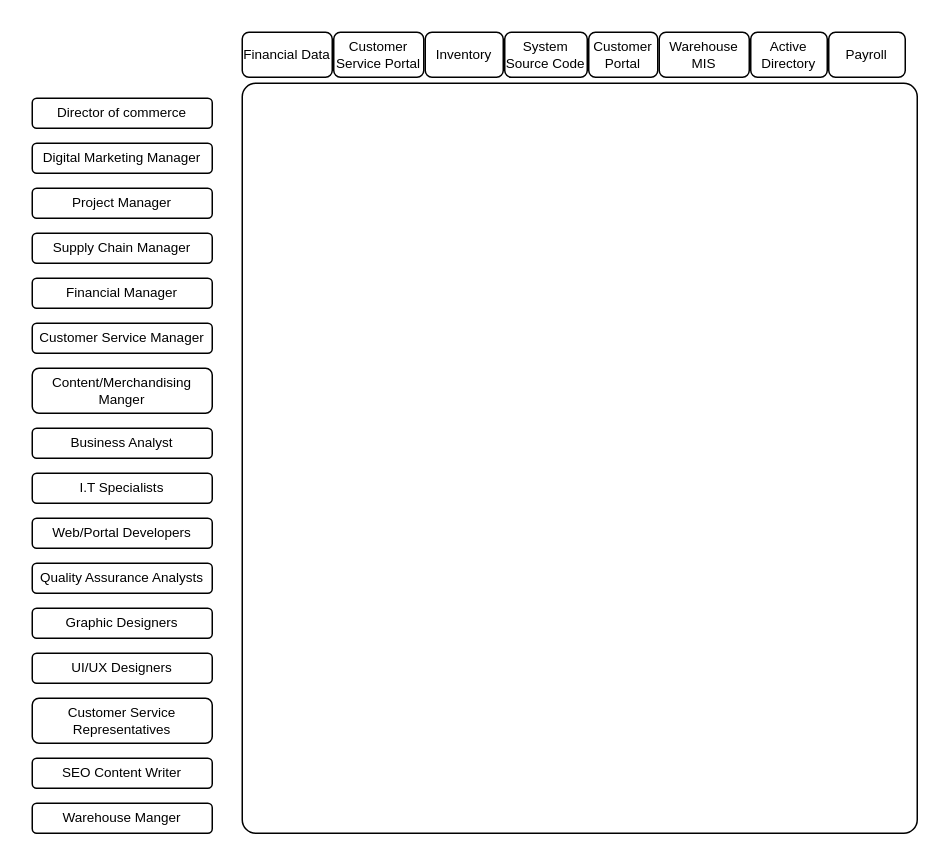
The draw.io diagram src/Untitled Diagram.drawio in timomwa/cmp, before the edit. Source tidied: cells renumbered, new cells numbered last; positions are measured from the earlier drawing's top-left corner, leaving out a move shared by most shapes. Both pictures are drawn from the tidied source at 150%, with x=0, y=0 at pixel (32, 32).
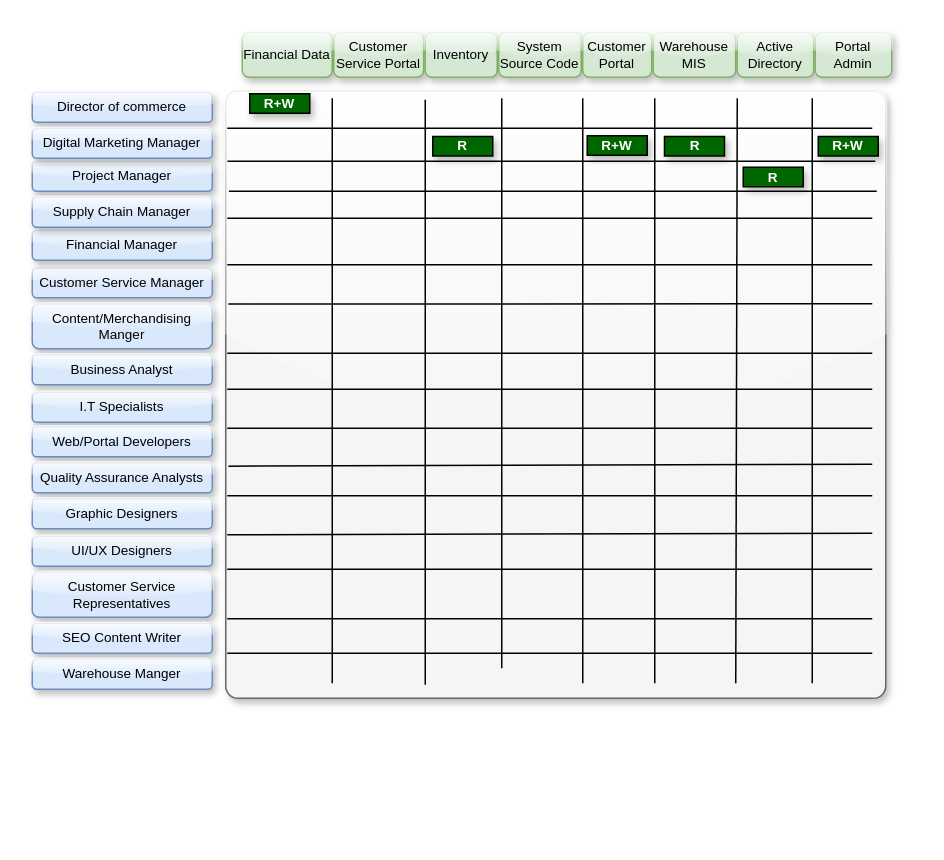
After the change.

Commit message (it also covers changes not shown here):
RBAC Knights Greens.drawio

Change to the diagram source:
```diff
@@
-    <mxCell id="2" value="Director of commerce" style="rounded=1;whiteSpace=wrap;html=1;fontSize=9;" parent="1" vertex="1">
-      <mxGeometry y="44" width="120" height="20" as="geometry" />
-    </mxCell>
-    <mxCell id="3" value="Digital Marketing Manager" style="rounded=1;whiteSpace=wrap;html=1;fontSize=9;" parent="1" vertex="1">
-      <mxGeometry y="74" width="120" height="20" as="geometry" />
-    </mxCell>
-    <mxCell id="4" value="Project Manager" style="rounded=1;whiteSpace=wrap;html=1;fontSize=9;" parent="1" vertex="1">
-      <mxGeometry y="104" width="120" height="20" as="geometry" />
-    </mxCell>
-    <mxCell id="5" value="Supply Chain Manager" style="rounded=1;whiteSpace=wrap;html=1;fontSize=9;" parent="1" vertex="1">
-      <mxGeometry y="134" width="120" height="20" as="geometry" />
-    </mxCell>
-    <mxCell id="6" value="Customer Service Manager" style="rounded=1;whiteSpace=wrap;html=1;fontSize=9;" parent="1" vertex="1">
-      <mxGeometry y="194" width="120" height="20" as="geometry" />
+    <mxCell id="6" value="Customer Service Manager" style="rounded=1;whiteSpace=wrap;html=1;fontSize=9;fillColor=#dae8fc;strokeColor=#6c8ebf;glass=1;shadow=1;" parent="1" vertex="1">
+      <mxGeometry y="157" width="120" height="20" as="geometry" />
     </mxCell>
-    <mxCell id="7" value="Financial Manager" style="rounded=1;whiteSpace=wrap;html=1;fontSize=9;" parent="1" vertex="1">
-      <mxGeometry y="164" width="120" height="20" as="geometry" />
+    <mxCell id="7" value="Financial Manager" style="rounded=1;whiteSpace=wrap;html=1;fontSize=9;glass=1;shadow=1;fillColor=#dae8fc;strokeColor=#6c8ebf;" parent="1" vertex="1">
+      <mxGeometry y="132" width="120" height="20" as="geometry" />
     </mxCell>
-    <mxCell id="8" value="Content/Merchandising Manger" style="rounded=1;whiteSpace=wrap;html=1;fontSize=9;" parent="1" vertex="1">
-      <mxGeometry y="224" width="120" height="30" as="geometry" />
+    <mxCell id="8" value="Content/Merchandising Manger" style="rounded=1;whiteSpace=wrap;html=1;fontSize=9;fillColor=#dae8fc;strokeColor=#6c8ebf;glass=1;shadow=1;" parent="1" vertex="1">
+      <mxGeometry y="181" width="120" height="30" as="geometry" />
     </mxCell>
-    <mxCell id="9" value="Business Analyst" style="rounded=1;whiteSpace=wrap;html=1;fontSize=9;" parent="1" vertex="1">
-      <mxGeometry y="264" width="120" height="20" as="geometry" />
+    <mxCell id="9" value="Business Analyst" style="rounded=1;whiteSpace=wrap;html=1;fontSize=9;fillColor=#dae8fc;strokeColor=#6c8ebf;glass=1;shadow=1;" parent="1" vertex="1">
+      <mxGeometry y="215" width="120" height="20" as="geometry" />
     </mxCell>
-    <mxCell id="10" value="I.T Specialists" style="rounded=1;whiteSpace=wrap;html=1;fontSize=9;" parent="1" vertex="1">
-      <mxGeometry y="294" width="120" height="20" as="geometry" />
+    <mxCell id="10" value="I.T Specialists" style="rounded=1;whiteSpace=wrap;html=1;fontSize=9;fillColor=#dae8fc;strokeColor=#6c8ebf;glass=1;shadow=1;" parent="1" vertex="1">
+      <mxGeometry y="240" width="120" height="20" as="geometry" />
     </mxCell>
-    <mxCell id="11" value="Web/Portal Developers" style="rounded=1;whiteSpace=wrap;html=1;fontSize=9;" parent="1" vertex="1">
-      <mxGeometry y="324" width="120" height="20" as="geometry" />
+    <mxCell id="11" value="Web/Portal Developers" style="rounded=1;whiteSpace=wrap;html=1;fontSize=9;fillColor=#dae8fc;strokeColor=#6c8ebf;glass=1;shadow=1;" parent="1" vertex="1">
+      <mxGeometry y="263" width="120" height="20" as="geometry" />
     </mxCell>
-    <mxCell id="12" value="Quality Assurance Analysts" style="rounded=1;whiteSpace=wrap;html=1;fontSize=9;" parent="1" vertex="1">
-      <mxGeometry y="354" width="120" height="20" as="geometry" />
+    <mxCell id="12" value="Quality Assurance Analysts" style="rounded=1;whiteSpace=wrap;html=1;fontSize=9;fillColor=#dae8fc;strokeColor=#6c8ebf;glass=1;shadow=1;" parent="1" vertex="1">
+      <mxGeometry y="287" width="120" height="20" as="geometry" />
     </mxCell>
-    <mxCell id="13" value="Graphic Designers" style="rounded=1;whiteSpace=wrap;html=1;fontSize=9;" parent="1" vertex="1">
-      <mxGeometry y="384" width="120" height="20" as="geometry" />
+    <mxCell id="13" value="Graphic Designers" style="rounded=1;whiteSpace=wrap;html=1;fontSize=9;fillColor=#dae8fc;strokeColor=#6c8ebf;glass=1;shadow=1;" parent="1" vertex="1">
+      <mxGeometry y="311" width="120" height="20" as="geometry" />
     </mxCell>
-    <mxCell id="14" value="UI/UX Designers" style="rounded=1;whiteSpace=wrap;html=1;fontSize=9;" parent="1" vertex="1">
-      <mxGeometry y="414" width="120" height="20" as="geometry" />
+    <mxCell id="14" value="UI/UX Designers" style="rounded=1;whiteSpace=wrap;html=1;fontSize=9;fillColor=#dae8fc;strokeColor=#6c8ebf;glass=1;shadow=1;" parent="1" vertex="1">
+      <mxGeometry y="336" width="120" height="20" as="geometry" />
     </mxCell>
-    <mxCell id="15" value="Customer Service Representatives" style="rounded=1;whiteSpace=wrap;html=1;fontSize=9;" parent="1" vertex="1">
-      <mxGeometry y="444" width="120" height="30" as="geometry" />
+    <mxCell id="15" value="Customer Service Representatives" style="rounded=1;whiteSpace=wrap;html=1;fontSize=9;fillColor=#dae8fc;strokeColor=#6c8ebf;glass=1;shadow=1;" parent="1" vertex="1">
+      <mxGeometry y="360" width="120" height="30" as="geometry" />
     </mxCell>
-    <mxCell id="16" value="SEO Content Writer" style="rounded=1;whiteSpace=wrap;html=1;fontSize=9;" parent="1" vertex="1">
-      <mxGeometry y="484" width="120" height="20" as="geometry" />
+    <mxCell id="16" value="SEO Content Writer" style="rounded=1;whiteSpace=wrap;html=1;fontSize=9;glass=1;shadow=1;fillColor=#dae8fc;strokeColor=#6c8ebf;" parent="1" vertex="1">
+      <mxGeometry y="394" width="120" height="20" as="geometry" />
     </mxCell>
-    <mxCell id="17" value="Warehouse Manger" style="rounded=1;whiteSpace=wrap;html=1;fontSize=9;" parent="1" vertex="1">
-      <mxGeometry y="514" width="120" height="20" as="geometry" />
+    <mxCell id="17" value="Warehouse Manger" style="rounded=1;whiteSpace=wrap;html=1;fontSize=9;fillColor=#dae8fc;strokeColor=#6c8ebf;glass=1;shadow=1;" parent="1" vertex="1">
+      <mxGeometry y="418" width="120" height="20" as="geometry" />
     </mxCell>
-    <mxCell id="18" style="rounded=1;whiteSpace=wrap;html=1;arcSize=2;" parent="1" vertex="1">
-      <mxGeometry x="140" y="34" width="450" height="500" as="geometry" />
+    <mxCell id="18" style="rounded=1;whiteSpace=wrap;html=1;arcSize=2;glass=1;shadow=1;fillColor=#f5f5f5;fontColor=#333333;strokeColor=#666666;" parent="1" vertex="1">
+      <mxGeometry x="129" y="39" width="440" height="405" as="geometry" />
     </mxCell>
-    <mxCell id="19" value="Financial Data" style="rounded=1;whiteSpace=wrap;html=1;fontSize=9;" parent="1" vertex="1">
+    <mxCell id="19" value="Financial Data" style="rounded=1;whiteSpace=wrap;html=1;fontSize=9;fillColor=#d5e8d4;strokeColor=#82b366;glass=1;shadow=1;" parent="1" vertex="1">
       <mxGeometry x="140" width="60" height="30" as="geometry" />
     </mxCell>
-    <mxCell id="20" value="Customer Service Portal" style="rounded=1;whiteSpace=wrap;html=1;fontSize=9;" parent="1" vertex="1">
+    <mxCell id="20" value="Customer Service Portal" style="rounded=1;whiteSpace=wrap;html=1;fontSize=9;fillColor=#d5e8d4;strokeColor=#82b366;glass=1;shadow=1;" parent="1" vertex="1">
       <mxGeometry x="201" width="60" height="30" as="geometry" />
     </mxCell>
-    <mxCell id="21" value="Inventory" style="rounded=1;whiteSpace=wrap;html=1;fontSize=9;" parent="1" vertex="1">
-      <mxGeometry x="262" width="52" height="30" as="geometry" />
+    <mxCell id="21" value="Inventory" style="rounded=1;whiteSpace=wrap;html=1;fontSize=9;fillColor=#d5e8d4;strokeColor=#82b366;glass=1;shadow=1;" parent="1" vertex="1">
+      <mxGeometry x="262" width="48" height="30" as="geometry" />
     </mxCell>
-    <mxCell id="22" value="System Source Code" style="rounded=1;whiteSpace=wrap;html=1;fontSize=9;" parent="1" vertex="1">
-      <mxGeometry x="315" width="55" height="30" as="geometry" />
+    <mxCell id="22" value="System Source Code" style="rounded=1;whiteSpace=wrap;html=1;fontSize=9;fillColor=#d5e8d4;strokeColor=#82b366;glass=1;shadow=1;" parent="1" vertex="1">
+      <mxGeometry x="311" width="55" height="30" as="geometry" />
     </mxCell>
-    <mxCell id="23" value="Customer Portal" style="rounded=1;whiteSpace=wrap;html=1;fontSize=9;" parent="1" vertex="1">
-      <mxGeometry x="371" width="46" height="30" as="geometry" />
+    <mxCell id="23" value="Customer Portal" style="rounded=1;whiteSpace=wrap;html=1;fontSize=9;fillColor=#d5e8d4;strokeColor=#82b366;glass=1;shadow=1;" parent="1" vertex="1">
+      <mxGeometry x="367" width="46" height="30" as="geometry" />
     </mxCell>
-    <mxCell id="24" value="Warehouse MIS" style="rounded=1;whiteSpace=wrap;html=1;fontSize=9;" parent="1" vertex="1">
-      <mxGeometry x="418" width="60" height="30" as="geometry" />
+    <mxCell id="24" value="Warehouse MIS" style="rounded=1;whiteSpace=wrap;html=1;fontSize=9;fillColor=#d5e8d4;strokeColor=#82b366;glass=1;shadow=1;" parent="1" vertex="1">
+      <mxGeometry x="414" width="55" height="30" as="geometry" />
     </mxCell>
-    <mxCell id="25" value="Active Directory" style="rounded=1;whiteSpace=wrap;html=1;fontSize=9;" parent="1" vertex="1">
-      <mxGeometry x="479" width="51" height="30" as="geometry" />
+    <mxCell id="25" value="Active Directory" style="rounded=1;whiteSpace=wrap;html=1;fontSize=9;fillColor=#d5e8d4;strokeColor=#82b366;glass=1;shadow=1;" parent="1" vertex="1">
+      <mxGeometry x="470" width="51" height="30" as="geometry" />
     </mxCell>
-    <mxCell id="26" value="Payroll" style="rounded=1;whiteSpace=wrap;html=1;fontSize=9;" parent="1" vertex="1">
-      <mxGeometry x="531" width="51" height="30" as="geometry" />
+    <mxCell id="26" value="Portal Admin" style="rounded=1;whiteSpace=wrap;html=1;fontSize=9;fillColor=#d5e8d4;strokeColor=#82b366;glass=1;shadow=1;" parent="1" vertex="1">
+      <mxGeometry x="522" width="51" height="30" as="geometry" />
     </mxCell>
+    <mxCell id="4" value="Project Manager" style="rounded=1;whiteSpace=wrap;html=1;fontSize=9;fillColor=#dae8fc;strokeColor=#6c8ebf;glass=1;shadow=1;" parent="1" vertex="1">
+      <mxGeometry y="86" width="120" height="20" as="geometry" />
+    </mxCell>
+    <mxCell id="5" value="Supply Chain Manager" style="rounded=1;whiteSpace=wrap;html=1;fontSize=9;glass=1;shadow=1;fillColor=#dae8fc;strokeColor=#6c8ebf;" parent="1" vertex="1">
+      <mxGeometry y="110" width="120" height="20" as="geometry" />
+    </mxCell>
+    <mxCell id="2" value="Director of commerce" style="rounded=1;whiteSpace=wrap;html=1;fontSize=9;fillColor=#dae8fc;strokeColor=#6c8ebf;glass=1;shadow=1;" parent="1" vertex="1">
+      <mxGeometry y="40" width="120" height="20" as="geometry" />
+    </mxCell>
+    <mxCell id="3" value="Digital Marketing Manager" style="rounded=1;whiteSpace=wrap;html=1;fontSize=9;fillColor=#dae8fc;strokeColor=#6c8ebf;glass=1;shadow=1;" parent="1" vertex="1">
+      <mxGeometry y="64" width="120" height="20" as="geometry" />
+    </mxCell>
+    <mxCell id="27" value="R+W" style="rounded=0;whiteSpace=wrap;html=1;fontSize=9;glass=0;shadow=1;fontColor=#FFFFFF;fillColor=#006600;fontStyle=1;" parent="1" vertex="1">
+      <mxGeometry x="145" y="41" width="40" height="13" as="geometry" />
+    </mxCell>
+    <mxCell id="28" style="endArrow=none;html=1;rounded=0;shadow=0;" parent="1" edge="1">
+      <mxGeometry relative="1" as="geometry">
+        <mxPoint x="200" y="434" as="sourcePoint" />
+        <mxPoint x="200" y="44" as="targetPoint" />
+      </mxGeometry>
+    </mxCell>
+    <mxCell id="29" style="endArrow=none;html=1;rounded=0;shadow=0;" parent="1" edge="1">
+      <mxGeometry relative="1" as="geometry">
+        <mxPoint x="262" y="435" as="sourcePoint" />
+        <mxPoint x="262" y="45" as="targetPoint" />
+      </mxGeometry>
+    </mxCell>
+    <mxCell id="30" style="endArrow=none;html=1;rounded=0;shadow=0;" parent="1" edge="1">
+      <mxGeometry relative="1" as="geometry">
+        <mxPoint x="313" y="424" as="sourcePoint" />
+        <mxPoint x="313" y="44" as="targetPoint" />
+      </mxGeometry>
+    </mxCell>
+    <mxCell id="31" style="endArrow=none;html=1;rounded=0;shadow=0;" parent="1" edge="1">
+      <mxGeometry relative="1" as="geometry">
+        <mxPoint x="367" y="434" as="sourcePoint" />
+        <mxPoint x="367" y="44" as="targetPoint" />
+      </mxGeometry>
+    </mxCell>
+    <mxCell id="32" style="endArrow=none;html=1;rounded=0;shadow=0;" parent="1" edge="1">
+      <mxGeometry relative="1" as="geometry">
+        <mxPoint x="415" y="434" as="sourcePoint" />
+        <mxPoint x="415" y="44" as="targetPoint" />
+      </mxGeometry>
+    </mxCell>
+    <mxCell id="33" style="endArrow=none;html=1;rounded=0;shadow=0;" parent="1" edge="1">
+      <mxGeometry relative="1" as="geometry">
+        <mxPoint x="469" y="434" as="sourcePoint" />
+        <mxPoint x="470" y="44" as="targetPoint" />
+      </mxGeometry>
+    </mxCell>
+    <mxCell id="34" style="endArrow=none;html=1;rounded=0;shadow=0;" parent="1" edge="1">
+      <mxGeometry relative="1" as="geometry">
+        <mxPoint x="520" y="434" as="sourcePoint" />
+        <mxPoint x="520" y="44" as="targetPoint" />
+      </mxGeometry>
+    </mxCell>
+    <mxCell id="35" style="endArrow=none;html=1;rounded=0;shadow=0;" parent="1" edge="1">
+      <mxGeometry relative="1" as="geometry">
+        <mxPoint x="560" y="64" as="sourcePoint" />
+        <mxPoint x="130" y="64" as="targetPoint" />
+      </mxGeometry>
+    </mxCell>
+    <mxCell id="36" style="endArrow=none;html=1;rounded=0;shadow=0;entryX=-0.002;entryY=0.121;entryDx=0;entryDy=0;entryPerimeter=0;" parent="1" edge="1">
+      <mxGeometry relative="1" as="geometry">
+        <mxPoint x="562" y="86" as="sourcePoint" />
+        <mxPoint x="130.1" y="86" as="targetPoint" />
+      </mxGeometry>
+    </mxCell>
+    <mxCell id="37" style="endArrow=none;html=1;rounded=0;shadow=0;" parent="1" edge="1">
+      <mxGeometry relative="1" as="geometry">
+        <mxPoint x="560" y="124" as="sourcePoint" />
+        <mxPoint x="130" y="124" as="targetPoint" />
+      </mxGeometry>
+    </mxCell>
+    <mxCell id="38" style="endArrow=none;html=1;rounded=0;shadow=0;" parent="1" edge="1">
+      <mxGeometry relative="1" as="geometry">
+        <mxPoint x="560" y="155" as="sourcePoint" />
+        <mxPoint x="130" y="155" as="targetPoint" />
+      </mxGeometry>
+    </mxCell>
+    <mxCell id="39" style="endArrow=none;html=1;rounded=0;shadow=0;entryX=0.004;entryY=0.351;entryDx=0;entryDy=0;entryPerimeter=0;" parent="1" edge="1" target="18">
+      <mxGeometry relative="1" as="geometry">
+        <mxPoint x="560" y="181" as="sourcePoint" />
+      </mxGeometry>
+    </mxCell>
+    <mxCell id="40" style="endArrow=none;html=1;rounded=0;shadow=0;" parent="1" edge="1">
+      <mxGeometry relative="1" as="geometry">
+        <mxPoint x="560" y="214" as="sourcePoint" />
+        <mxPoint x="130" y="214" as="targetPoint" />
+      </mxGeometry>
+    </mxCell>
+    <mxCell id="41" style="endArrow=none;html=1;rounded=0;shadow=0;" parent="1" edge="1">
+      <mxGeometry relative="1" as="geometry">
+        <mxPoint x="560" y="238" as="sourcePoint" />
+        <mxPoint x="130" y="238" as="targetPoint" />
+      </mxGeometry>
+    </mxCell>
+    <mxCell id="42" style="endArrow=none;html=1;rounded=0;shadow=0;" parent="1" edge="1">
+      <mxGeometry relative="1" as="geometry">
+        <mxPoint x="560" y="264" as="sourcePoint" />
+        <mxPoint x="130" y="264" as="targetPoint" />
+      </mxGeometry>
+    </mxCell>
+    <mxCell id="43" style="endArrow=none;html=1;rounded=0;shadow=0;entryX=0.004;entryY=0.618;entryDx=0;entryDy=0;entryPerimeter=0;" parent="1" edge="1" target="18">
+      <mxGeometry relative="1" as="geometry">
+        <mxPoint x="560" y="288" as="sourcePoint" />
+      </mxGeometry>
+    </mxCell>
+    <mxCell id="44" style="endArrow=none;html=1;rounded=0;shadow=0;" parent="1" edge="1">
+      <mxGeometry relative="1" as="geometry">
+        <mxPoint x="560" y="309" as="sourcePoint" />
+        <mxPoint x="130" y="309" as="targetPoint" />
+      </mxGeometry>
+    </mxCell>
+    <mxCell id="45" style="endArrow=none;html=1;rounded=0;shadow=0;" parent="1" edge="1">
+      <mxGeometry relative="1" as="geometry">
+        <mxPoint x="560" y="334" as="sourcePoint" />
+        <mxPoint x="130" y="335" as="targetPoint" />
+      </mxGeometry>
+    </mxCell>
+    <mxCell id="46" style="endArrow=none;html=1;rounded=0;shadow=0;" parent="1" edge="1">
+      <mxGeometry relative="1" as="geometry">
+        <mxPoint x="560" y="358" as="sourcePoint" />
+        <mxPoint x="130" y="358" as="targetPoint" />
+      </mxGeometry>
+    </mxCell>
+    <mxCell id="47" style="endArrow=none;html=1;rounded=0;shadow=0;" parent="1" edge="1">
+      <mxGeometry relative="1" as="geometry">
+        <mxPoint x="560" y="391" as="sourcePoint" />
+        <mxPoint x="130" y="391" as="targetPoint" />
+      </mxGeometry>
+    </mxCell>
+    <mxCell id="48" style="endArrow=none;html=1;rounded=0;shadow=0;" parent="1" edge="1">
+      <mxGeometry relative="1" as="geometry">
+        <mxPoint x="560" y="414" as="sourcePoint" />
+        <mxPoint x="130" y="414" as="targetPoint" />
+      </mxGeometry>
+    </mxCell>
+    <mxCell id="49" value="R+W" style="rounded=0;whiteSpace=wrap;html=1;fontSize=9;glass=0;shadow=1;fontColor=#FFFFFF;fillColor=#006600;fontStyle=1;" parent="1" vertex="1">
+      <mxGeometry x="524" y="69.5" width="40" height="13" as="geometry" />
+    </mxCell>
+    <mxCell id="50" value="R" style="rounded=0;whiteSpace=wrap;html=1;fontSize=9;glass=0;shadow=1;fontColor=#FFFFFF;fillColor=#006600;fontStyle=1;" parent="1" vertex="1">
+      <mxGeometry x="421.5" y="69.5" width="40" height="13" as="geometry" />
+    </mxCell>
+    <mxCell id="51" value="R+W" style="rounded=0;whiteSpace=wrap;html=1;fontSize=9;glass=0;shadow=1;fontColor=#FFFFFF;fillColor=#006600;fontStyle=1;" parent="1" vertex="1">
+      <mxGeometry x="370" y="69" width="40" height="13" as="geometry" />
+    </mxCell>
+    <mxCell id="52" value="R" style="rounded=0;whiteSpace=wrap;html=1;fontSize=9;glass=0;shadow=1;fontColor=#FFFFFF;fillColor=#006600;fontStyle=1;" parent="1" vertex="1">
+      <mxGeometry x="267" y="69.5" width="40" height="13" as="geometry" />
+    </mxCell>
+    <mxCell id="53" value="R" style="rounded=0;whiteSpace=wrap;html=1;fontSize=9;glass=0;shadow=1;fontColor=#FFFFFF;fillColor=#006600;fontStyle=1;" parent="1" vertex="1">
+      <mxGeometry x="474" y="90" width="40" height="13" as="geometry" />
+    </mxCell>
+    <mxCell id="54" style="endArrow=none;html=1;rounded=0;shadow=0;entryX=-0.002;entryY=0.121;entryDx=0;entryDy=0;entryPerimeter=0;" parent="1" edge="1">
+      <mxGeometry relative="1" as="geometry">
+        <mxPoint x="563" y="106" as="sourcePoint" />
+        <mxPoint x="131.1" y="106" as="targetPoint" />
+      </mxGeometry>
+    </mxCell>
```
